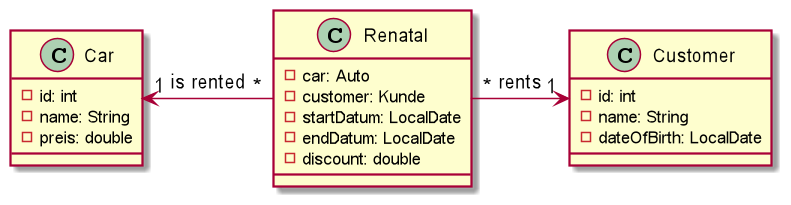
Before: images/cld.png, a diagram exported from PlantUML (2122-5ahitm-sew/01-microproject-weissengruberNina). The source it was exported from:
```plantuml
@startuml
class Car{
-id: int
-name: String
-preis: double
}

class Customer{
-id: int
-name: String
-dateOfBirth: LocalDate
}

class Renatal{
-car: Auto
-customer: Kunde
-startDatum: LocalDate
-endDatum: LocalDate
-discount: double
}

Car "1" <- "*" Renatal : is rented
Renatal "*" -> "1" Customer : rents


@enduml
```
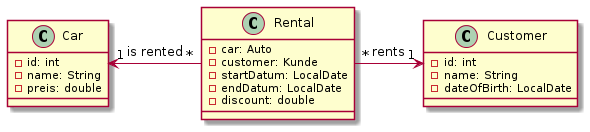
The same file after the commit.

Change to the diagram source:
```diff
@@ -11,7 +11,7 @@
 -dateOfBirth: LocalDate
 }
 
-class Renatal{
+class Rental{
 -car: Auto
 -customer: Kunde
 -startDatum: LocalDate
@@ -19,8 +19,8 @@
 -discount: double
 }
 
-Car "1" <- "*" Renatal : is rented
-Renatal "*" -> "1" Customer : rents
+Car "1" <- "*" Rental : is rented
+Rental "*" -> "1" Customer : rents
 
 
 @enduml
```
